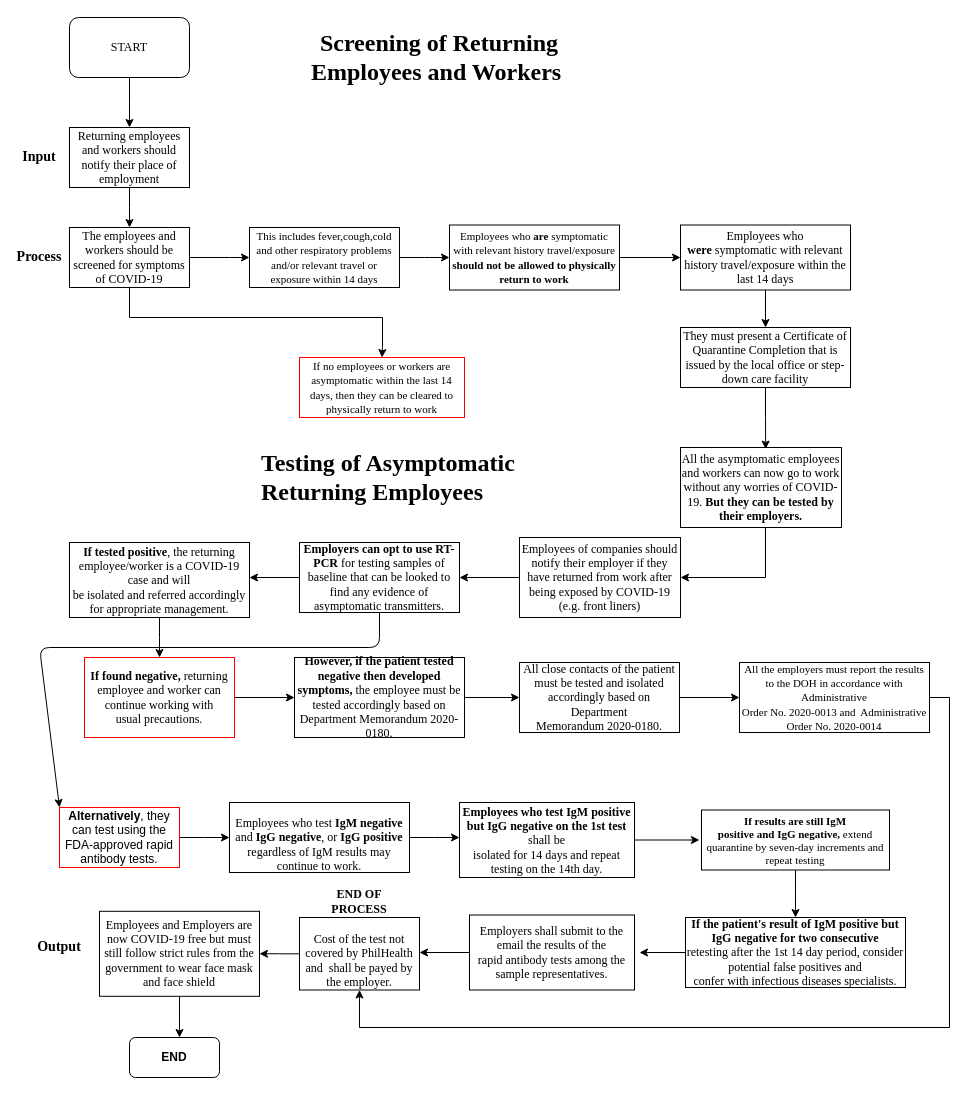
garett09/SourceCodes keeps this draw.io diagram as BPDM - QUIZ 2.drawio. Above is the earlier version. Source tidied: cells renumbered, new cells numbered last; positions are measured from the earlier drawing's top-left corner, leaving out a move shared by most shapes. Both pictures are drawn from the tidied source at 100%, with x=0, y=0 at pixel (19, 17).
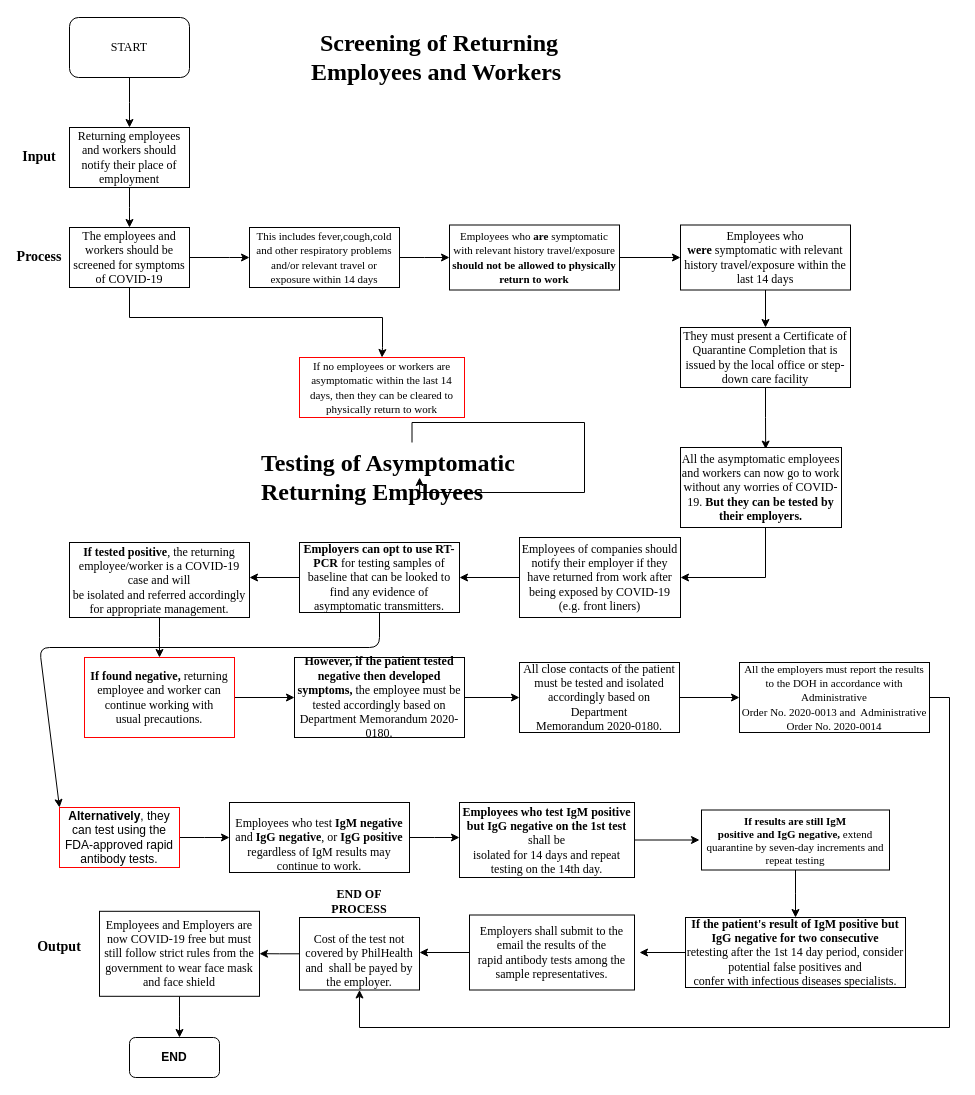
The same page after the edit.

The change refers to these unchanged cells:
```xml
<mxCell id="29" value="&lt;span id=&quot;docs-internal-guid-5534675c-7fff-ef3a-bbd4-9b47796d8a71&quot;&gt;&lt;p dir=&quot;ltr&quot; style=&quot;line-height: 1.2 ; margin-top: 0pt ; margin-bottom: 0pt&quot;&gt;&lt;span style=&quot;font-family: &amp;#34;times new roman&amp;#34; ; background-color: transparent ; font-weight: 700 ; vertical-align: baseline&quot;&gt;&lt;font style=&quot;font-size: 24px&quot;&gt;Testing of Asymptomatic Returning Employees&lt;/font&gt;&lt;/span&gt;&lt;/p&gt;&lt;div&gt;&lt;span style=&quot;font-size: 12pt ; font-family: &amp;#34;times new roman&amp;#34; ; background-color: transparent ; font-weight: 700 ; vertical-align: baseline&quot;&gt;&lt;br&gt;&lt;/span&gt;&lt;/div&gt;&lt;/span&gt;" style="text;whiteSpace=wrap;html=1;" parent="1" vertex="1">
  <mxGeometry x="240" y="425" width="305" height="30" as="geometry" />
</mxCell>
```

What changed in the source:
```diff
@@
+    <mxCell id="58" style="edgeStyle=orthogonalEdgeStyle;rounded=0;orthogonalLoop=1;jettySize=auto;html=1;entryX=0.525;entryY=1.167;entryDx=0;entryDy=0;entryPerimeter=0;" parent="1" edge="1" source="29" target="29">
+      <mxGeometry relative="1" as="geometry" />
+    </mxCell>
```
